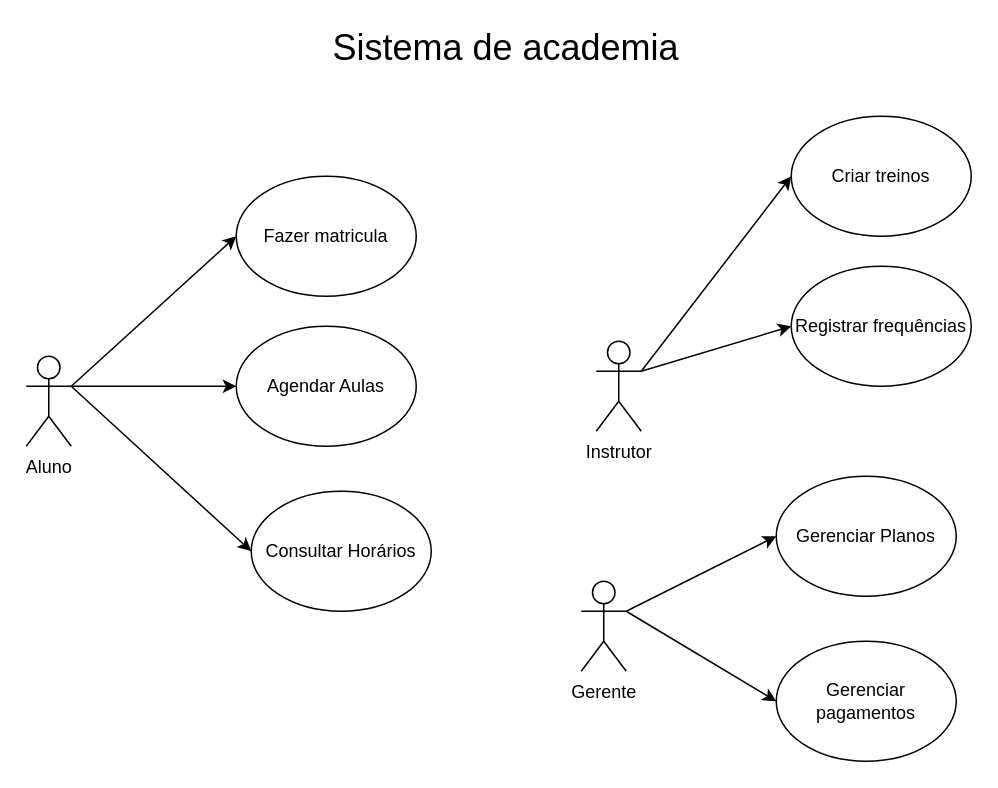
This is page "Página-13" (13 of 17) of Diagrama sem nome.drawio from jkkauany/diagramaderequisitos, a draw.io file, before an edit. Source tidied: cells renumbered, new cells numbered last; positions are measured from the earlier drawing's top-left corner, leaving out a move shared by most shapes. Both pictures are drawn from the tidied source at 150%, with x=0, y=0 at pixel (26, 26).
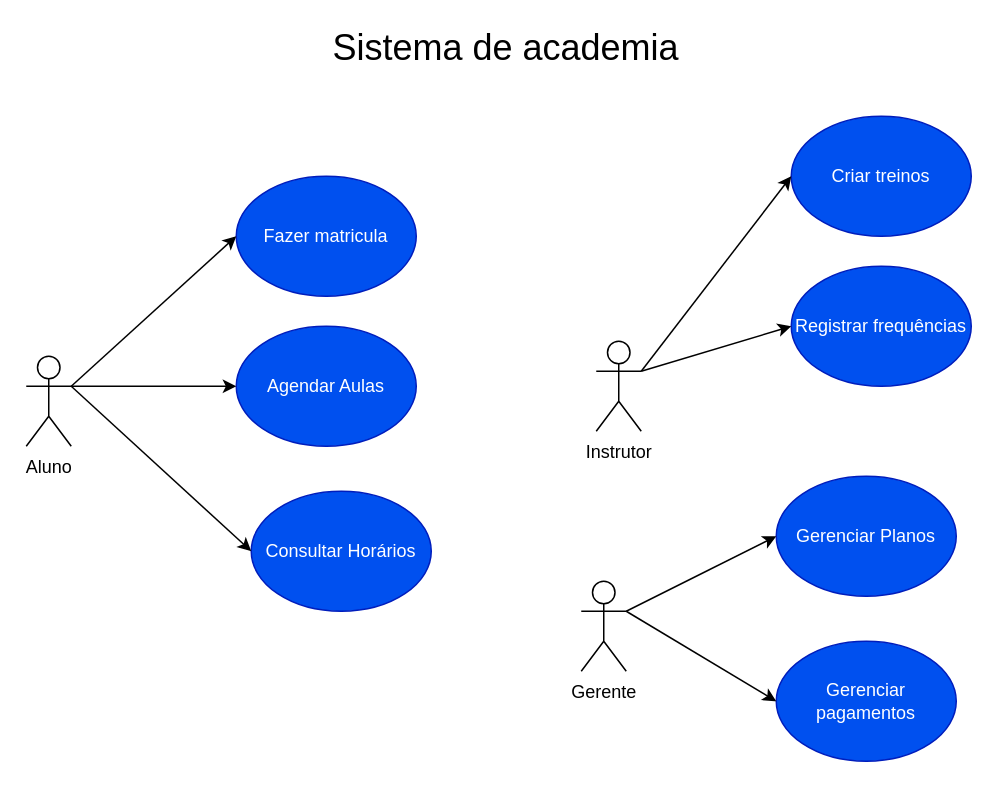
Above is the later version.

Change to the diagram source:
```diff
@@
-    <mxCell id="4" value="Fazer matricula" style="ellipse;whiteSpace=wrap;html=1;" parent="1" vertex="1">
+    <mxCell id="4" value="Fazer matricula" style="ellipse;whiteSpace=wrap;html=1;fillColor=#0050ef;fontColor=#ffffff;strokeColor=#001DBC;" parent="1" vertex="1">
       <mxGeometry x="140" y="100" width="120" height="80" as="geometry" />
     </mxCell>
-    <mxCell id="5" value="Agendar Aulas" style="ellipse;whiteSpace=wrap;html=1;" parent="1" vertex="1">
+    <mxCell id="5" value="Agendar Aulas" style="ellipse;whiteSpace=wrap;html=1;fillColor=#0050ef;fontColor=#ffffff;strokeColor=#001DBC;" parent="1" vertex="1">
       <mxGeometry x="140" y="200" width="120" height="80" as="geometry" />
     </mxCell>
-    <mxCell id="6" value="Consultar Horários" style="ellipse;whiteSpace=wrap;html=1;" parent="1" vertex="1">
+    <mxCell id="6" value="Consultar Horários" style="ellipse;whiteSpace=wrap;html=1;fillColor=#0050ef;fontColor=#ffffff;strokeColor=#001DBC;" parent="1" vertex="1">
       <mxGeometry x="150" y="310" width="120" height="80" as="geometry" />
     </mxCell>
@@
-    <mxCell id="11" value="Gerenciar Planos" style="ellipse;whiteSpace=wrap;html=1;" parent="1" vertex="1">
+    <mxCell id="11" value="Gerenciar Planos" style="ellipse;whiteSpace=wrap;html=1;fillColor=#0050ef;fontColor=#ffffff;strokeColor=#001DBC;" parent="1" vertex="1">
       <mxGeometry x="500" y="300" width="120" height="80" as="geometry" />
     </mxCell>
-    <mxCell id="12" value="Registrar frequências" style="ellipse;whiteSpace=wrap;html=1;" parent="1" vertex="1">
+    <mxCell id="12" value="Registrar frequências" style="ellipse;whiteSpace=wrap;html=1;fillColor=#0050ef;fontColor=#ffffff;strokeColor=#001DBC;" parent="1" vertex="1">
       <mxGeometry x="510" y="160" width="120" height="80" as="geometry" />
     </mxCell>
-    <mxCell id="13" value="Criar treinos" style="ellipse;whiteSpace=wrap;html=1;" parent="1" vertex="1">
+    <mxCell id="13" value="Criar treinos" style="ellipse;whiteSpace=wrap;html=1;fillColor=#0050ef;fontColor=#ffffff;strokeColor=#001DBC;" parent="1" vertex="1">
       <mxGeometry x="510" y="60" width="120" height="80" as="geometry" />
     </mxCell>
@@
-    <mxCell id="17" value="Gerenciar pagamentos" style="ellipse;whiteSpace=wrap;html=1;" parent="1" vertex="1">
+    <mxCell id="17" value="Gerenciar pagamentos" style="ellipse;whiteSpace=wrap;html=1;fillColor=#0050ef;fontColor=#ffffff;strokeColor=#001DBC;" parent="1" vertex="1">
       <mxGeometry x="500" y="410" width="120" height="80" as="geometry" />
     </mxCell>
```
